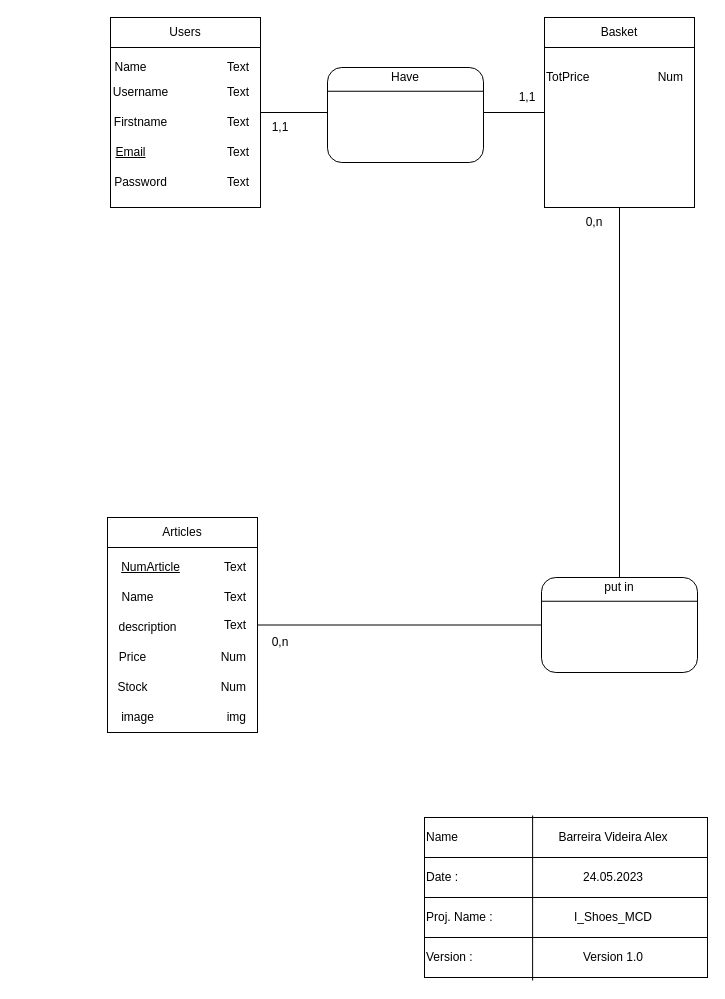
Earlier version of the draw.io diagram doc/MCD.drawio (romain-lnr/I_Shoes_BDD). Source tidied: cells renumbered, new cells numbered last; positions are measured from the earlier drawing's top-left corner, leaving out a move shared by most shapes. Both pictures are drawn from the tidied source at 100%, with x=0, y=0 at pixel (100, 17).
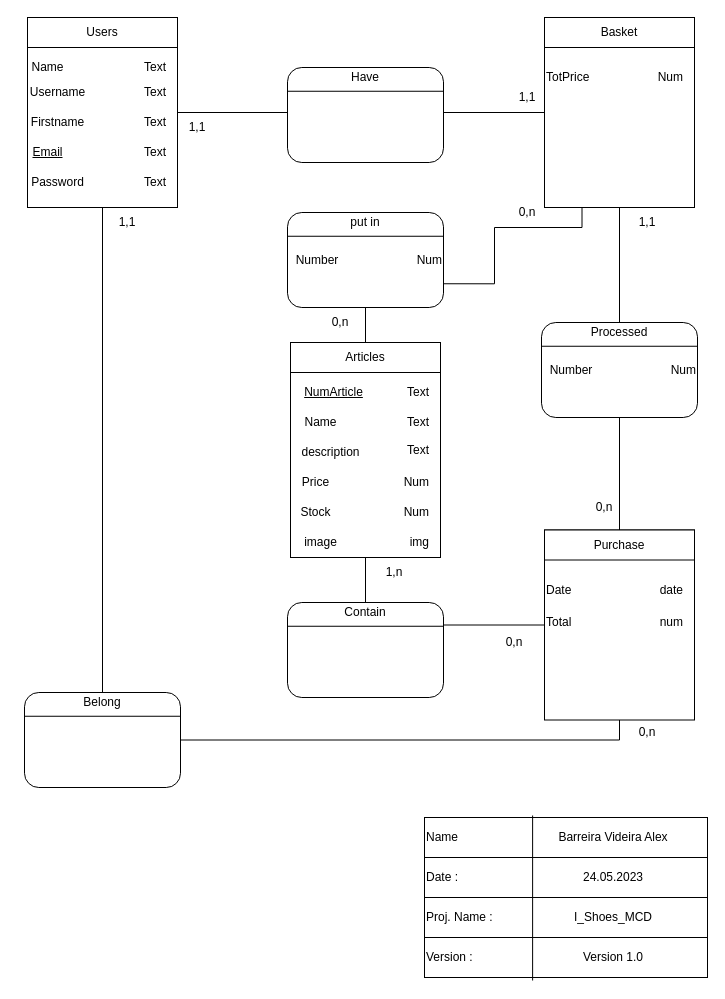
The same page after the edit.

Unchanged cells that the change refers to:
```xml
<mxCell id="29" style="rounded=0;whiteSpace=wrap;html=1;" parent="1" vertex="1">
  <mxGeometry x="444" width="150" height="190" as="geometry" />
</mxCell>
```

Change to the diagram source:
```diff
@@
+    <mxCell id="54" style="edgeStyle=orthogonalEdgeStyle;rounded=0;jettySize=auto;html=1;exitX=0.5;exitY=1;exitDx=0;exitDy=0;entryX=0.5;entryY=1;entryDx=0;entryDy=0;endArrow=none;endFill=0;" parent="1" edge="1" source="3" target="60">
+      <mxGeometry relative="1" as="geometry" />
+    </mxCell>
     <mxCell id="3" style="rounded=0;whiteSpace=wrap;html=1;" parent="1" vertex="1">
-      <mxGeometry x="10" width="150" height="190" as="geometry" />
+      <mxGeometry x="-73" width="150" height="190" as="geometry" />
     </mxCell>
     <mxCell id="4" value="Users" style="rounded=0;whiteSpace=wrap;html=1;" parent="1" vertex="1">
-      <mxGeometry x="10" width="150" height="30" as="geometry" />
+      <mxGeometry x="-73" width="150" height="30" as="geometry" />
     </mxCell>
     <mxCell id="5" value="Name" style="text;html=1;align=center;verticalAlign=middle;strokeColor=none;fillColor=none;" parent="1" vertex="1">
-      <mxGeometry y="35" width="60" height="30" as="geometry" />
+      <mxGeometry x="-83" y="35" width="60" height="30" as="geometry" />
     </mxCell>
     <mxCell id="6" value="Username" style="text;html=1;align=center;verticalAlign=middle;strokeColor=none;fillColor=none;" parent="1" vertex="1">
-      <mxGeometry y="60" width="80" height="30" as="geometry" />
+      <mxGeometry x="-83" y="60" width="80" height="30" as="geometry" />
     </mxCell>
     <mxCell id="7" value="Firstname" style="text;html=1;align=center;verticalAlign=middle;strokeColor=none;fillColor=none;" parent="1" vertex="1">
-      <mxGeometry y="90" width="80" height="30" as="geometry" />
+      <mxGeometry x="-83" y="90" width="80" height="30" as="geometry" />
     </mxCell>
     <mxCell id="8" value="Email" style="text;html=1;align=center;verticalAlign=middle;strokeColor=none;fillColor=none;fontStyle=4;" parent="1" vertex="1">
-      <mxGeometry x="5" y="120" width="50" height="30" as="geometry" />
+      <mxGeometry x="-78" y="120" width="50" height="30" as="geometry" />
     </mxCell>
     <mxCell id="9" value="Password" style="text;html=1;align=center;verticalAlign=middle;strokeColor=none;fillColor=none;" parent="1" vertex="1">
-      <mxGeometry y="150" width="80" height="30" as="geometry" />
+      <mxGeometry x="-83" y="150" width="80" height="30" as="geometry" />
     </mxCell>
     <mxCell id="10" value="Text" style="text;html=1;align=right;verticalAlign=middle;strokeColor=none;fillColor=none;" parent="1" vertex="1">
-      <mxGeometry x="100" y="35" width="50" height="30" as="geometry" />
+      <mxGeometry x="17" y="35" width="50" height="30" as="geometry" />
     </mxCell>
     <mxCell id="11" value="Text" style="text;html=1;align=right;verticalAlign=middle;strokeColor=none;fillColor=none;" parent="1" vertex="1">
-      <mxGeometry x="100" y="60" width="50" height="30" as="geometry" />
+      <mxGeometry x="17" y="60" width="50" height="30" as="geometry" />
     </mxCell>
     <mxCell id="12" value="Text" style="text;html=1;align=right;verticalAlign=middle;strokeColor=none;fillColor=none;" parent="1" vertex="1">
-      <mxGeometry x="100" y="90" width="50" height="30" as="geometry" />
+      <mxGeometry x="17" y="90" width="50" height="30" as="geometry" />
     </mxCell>
     <mxCell id="13" value="Text" style="text;html=1;align=right;verticalAlign=middle;strokeColor=none;fillColor=none;" parent="1" vertex="1">
-      <mxGeometry x="100" y="120" width="50" height="30" as="geometry" />
+      <mxGeometry x="17" y="120" width="50" height="30" as="geometry" />
     </mxCell>
     <mxCell id="14" value="Text" style="text;html=1;align=right;verticalAlign=middle;strokeColor=none;fillColor=none;" parent="1" vertex="1">
-      <mxGeometry x="100" y="150" width="50" height="30" as="geometry" />
+      <mxGeometry x="17" y="150" width="50" height="30" as="geometry" />
     </mxCell>
+    <mxCell id="55" style="edgeStyle=orthogonalEdgeStyle;rounded=0;jettySize=auto;html=1;exitX=0.5;exitY=1;exitDx=0;exitDy=0;entryX=0;entryY=0.5;entryDx=0;entryDy=0;endArrow=none;endFill=0;" parent="1" edge="1" source="15" target="60">
+      <mxGeometry relative="1" as="geometry" />
+    </mxCell>
     <mxCell id="15" style="rounded=0;whiteSpace=wrap;html=1;" parent="1" vertex="1">
-      <mxGeometry x="7" y="500" width="150" height="215" as="geometry" />
+      <mxGeometry x="190" y="325" width="150" height="215" as="geometry" />
     </mxCell>
     <mxCell id="16" value="Articles" style="rounded=0;whiteSpace=wrap;html=1;" parent="1" vertex="1">
-      <mxGeometry x="7" y="500" width="150" height="30" as="geometry" />
+      <mxGeometry x="190" y="325" width="150" height="30" as="geometry" />
     </mxCell>
     <mxCell id="17" value="NumArticle" style="text;html=1;align=center;verticalAlign=middle;strokeColor=none;fillColor=none;fontStyle=4;" parent="1" vertex="1">
-      <mxGeometry x="10" y="535" width="80" height="30" as="geometry" />
+      <mxGeometry x="193" y="360" width="80" height="30" as="geometry" />
     </mxCell>
     <mxCell id="18" value="Name" style="text;html=1;align=center;verticalAlign=middle;strokeColor=none;fillColor=none;fontStyle=0;" parent="1" vertex="1">
-      <mxGeometry x="7" y="565" width="60" height="30" as="geometry" />
+      <mxGeometry x="190" y="390" width="60" height="30" as="geometry" />
     </mxCell>
     <mxCell id="19" value="description" style="text;html=1;align=center;verticalAlign=middle;strokeColor=none;fillColor=none;" parent="1" vertex="1">
-      <mxGeometry x="7" y="595" width="80" height="30" as="geometry" />
+      <mxGeometry x="190" y="420" width="80" height="30" as="geometry" />
     </mxCell>
     <mxCell id="20" value="Price" style="text;html=1;align=center;verticalAlign=middle;strokeColor=none;fillColor=none;" parent="1" vertex="1">
-      <mxGeometry x="7" y="625" width="50" height="30" as="geometry" />
+      <mxGeometry x="190" y="450" width="50" height="30" as="geometry" />
     </mxCell>
     <mxCell id="21" value="Stock" style="text;html=1;align=center;verticalAlign=middle;strokeColor=none;fillColor=none;" parent="1" vertex="1">
-      <mxGeometry x="7" y="655" width="50" height="30" as="geometry" />
+      <mxGeometry x="190" y="480" width="50" height="30" as="geometry" />
     </mxCell>
     <mxCell id="22" value="Text" style="text;html=1;align=right;verticalAlign=middle;strokeColor=none;fillColor=none;" parent="1" vertex="1">
-      <mxGeometry x="97" y="535" width="50" height="30" as="geometry" />
+      <mxGeometry x="280" y="360" width="50" height="30" as="geometry" />
     </mxCell>
     <mxCell id="23" value="Text" style="text;html=1;align=right;verticalAlign=middle;strokeColor=none;fillColor=none;" parent="1" vertex="1">
-      <mxGeometry x="97" y="565" width="50" height="30" as="geometry" />
+      <mxGeometry x="280" y="390" width="50" height="30" as="geometry" />
     </mxCell>
     <mxCell id="24" value="Text" style="text;html=1;align=right;verticalAlign=middle;strokeColor=none;fillColor=none;" parent="1" vertex="1">
-      <mxGeometry x="97" y="592.5" width="50" height="30" as="geometry" />
+      <mxGeometry x="280" y="417.5" width="50" height="30" as="geometry" />
     </mxCell>
     <mxCell id="25" value="Num" style="text;html=1;align=right;verticalAlign=middle;strokeColor=none;fillColor=none;" parent="1" vertex="1">
-      <mxGeometry x="97" y="625" width="50" height="30" as="geometry" />
+      <mxGeometry x="280" y="450" width="50" height="30" as="geometry" />
     </mxCell>
     <mxCell id="26" value="Num" style="text;html=1;align=right;verticalAlign=middle;strokeColor=none;fillColor=none;" parent="1" vertex="1">
-      <mxGeometry x="97" y="655" width="50" height="30" as="geometry" />
+      <mxGeometry x="280" y="480" width="50" height="30" as="geometry" />
     </mxCell>
     <mxCell id="27" value="image" style="text;html=1;align=center;verticalAlign=middle;strokeColor=none;fillColor=none;" parent="1" vertex="1">
-      <mxGeometry x="7" y="685" width="60" height="30" as="geometry" />
+      <mxGeometry x="190" y="510" width="60" height="30" as="geometry" />
     </mxCell>
     <mxCell id="28" value="img" style="text;html=1;align=right;verticalAlign=middle;strokeColor=none;fillColor=none;" parent="1" vertex="1">
-      <mxGeometry x="107" y="685" width="40" height="30" as="geometry" />
+      <mxGeometry x="290" y="510" width="40" height="30" as="geometry" />
     </mxCell>
+    <mxCell id="56" style="edgeStyle=orthogonalEdgeStyle;rounded=0;jettySize=auto;html=1;exitX=0.5;exitY=1;exitDx=0;exitDy=0;entryX=0.5;entryY=0;entryDx=0;entryDy=0;endArrow=none;endFill=0;" parent="1" edge="1" source="29" target="61">
+      <mxGeometry relative="1" as="geometry" />
+    </mxCell>
+    <mxCell id="57" style="edgeStyle=orthogonalEdgeStyle;rounded=0;jettySize=auto;html=1;exitX=0.25;exitY=1;exitDx=0;exitDy=0;entryX=1;entryY=0.75;entryDx=0;entryDy=0;endArrow=none;endFill=0;" parent="1" edge="1" source="29" target="34">
+      <mxGeometry relative="1" as="geometry">
+        <Array as="points">
+          <mxPoint x="482" y="210" />
+          <mxPoint x="394" y="210" />
+          <mxPoint x="394" y="266" />
+        </Array>
+      </mxGeometry>
+    </mxCell>
@@
-    <mxCell id="33" style="edgeStyle=orthogonalEdgeStyle;rounded=0;jettySize=auto;html=1;exitX=0.5;exitY=0;exitDx=0;exitDy=0;entryX=0.5;entryY=1;entryDx=0;entryDy=0;endArrow=none;endFill=0;" parent="1" edge="1" source="34" target="29">
-      <mxGeometry relative="1" as="geometry" />
-    </mxCell>
     <mxCell id="34" style="rounded=1;whiteSpace=wrap;html=1;direction=east;" parent="1" vertex="1">
-      <mxGeometry x="441" y="560" width="156" height="95" as="geometry" />
+      <mxGeometry x="187" y="195" width="156" height="95" as="geometry" />
     </mxCell>
@@
-    <mxCell id="36" style="endArrow=none;html=1;rounded=0;exitX=1;exitY=0.5;exitDx=0;exitDy=0;entryX=0;entryY=0.5;entryDx=0;entryDy=0;" parent="1" edge="1" source="15" target="34">
+    <mxCell id="36" style="endArrow=none;html=1;rounded=0;exitX=0.5;exitY=0;exitDx=0;exitDy=0;entryX=0.5;entryY=1;entryDx=0;entryDy=0;" parent="1" edge="1" source="16" target="34">
       <mxGeometry relative="1" as="geometry" />
     </mxCell>
     <mxCell id="37" value="put in" style="text;html=1;strokeColor=none;fillColor=none;align=center;verticalAlign=middle;whiteSpace=wrap;rounded=0;" parent="1" vertex="1">
-      <mxGeometry x="489" y="555" width="60" height="30" as="geometry" />
+      <mxGeometry x="235" y="190" width="60" height="30" as="geometry" />
     </mxCell>
     <mxCell id="38" style="rounded=1;whiteSpace=wrap;html=1;direction=east;" parent="1" vertex="1">
-      <mxGeometry x="227" y="50" width="156" height="95" as="geometry" />
+      <mxGeometry x="187" y="50" width="156" height="95" as="geometry" />
     </mxCell>
@@
     <mxCell id="40" value="Have" style="text;html=1;strokeColor=none;fillColor=none;align=center;verticalAlign=middle;whiteSpace=wrap;rounded=0;" parent="1" vertex="1">
-      <mxGeometry x="275" y="45" width="60" height="30" as="geometry" />
+      <mxGeometry x="235" y="45" width="60" height="30" as="geometry" />
     </mxCell>
@@
     <mxCell id="42" value="1,1" style="text;html=1;strokeColor=none;fillColor=none;align=center;verticalAlign=middle;whiteSpace=wrap;rounded=0;" parent="1" vertex="1">
-      <mxGeometry x="150" y="95" width="60" height="30" as="geometry" />
+      <mxGeometry x="67" y="95" width="60" height="30" as="geometry" />
     </mxCell>
     <mxCell id="43" value="0,n" style="text;html=1;strokeColor=none;fillColor=none;align=center;verticalAlign=middle;whiteSpace=wrap;rounded=0;" parent="1" vertex="1">
-      <mxGeometry x="464" y="190" width="60" height="30" as="geometry" />
+      <mxGeometry x="397" y="180" width="60" height="30" as="geometry" />
     </mxCell>
     <mxCell id="44" value="0,n" style="text;html=1;strokeColor=none;fillColor=none;align=center;verticalAlign=middle;whiteSpace=wrap;rounded=0;" parent="1" vertex="1">
-      <mxGeometry x="150" y="610" width="60" height="30" as="geometry" />
+      <mxGeometry x="210" y="290" width="60" height="30" as="geometry" />
     </mxCell>
@@
+    <mxCell id="58" value="Number" style="text;html=1;strokeColor=none;fillColor=none;align=center;verticalAlign=middle;whiteSpace=wrap;rounded=0;" parent="1" vertex="1">
+      <mxGeometry x="187" y="227.5" width="60" height="30" as="geometry" />
+    </mxCell>
+    <mxCell id="59" value="Num" style="text;html=1;align=right;verticalAlign=middle;strokeColor=none;fillColor=none;" parent="1" vertex="1">
+      <mxGeometry x="293" y="227.5" width="50" height="30" as="geometry" />
+    </mxCell>
+    <mxCell id="60" style="rounded=0;whiteSpace=wrap;html=1;" parent="1" vertex="1">
+      <mxGeometry x="444" y="512.5" width="150" height="190" as="geometry" />
+    </mxCell>
+    <mxCell id="61" value="Purchase" style="rounded=0;whiteSpace=wrap;html=1;" parent="1" vertex="1">
+      <mxGeometry x="444" y="512.5" width="150" height="30" as="geometry" />
+    </mxCell>
+    <mxCell id="62" value="date" style="text;html=1;align=right;verticalAlign=middle;strokeColor=none;fillColor=none;" parent="1" vertex="1">
+      <mxGeometry x="534" y="557.5" width="50" height="30" as="geometry" />
+    </mxCell>
+    <mxCell id="63" value="Date" style="text;html=1;align=left;verticalAlign=middle;strokeColor=none;fillColor=none;" parent="1" vertex="1">
+      <mxGeometry x="444" y="557.5" width="50" height="30" as="geometry" />
+    </mxCell>
+    <mxCell id="64" value="Total" style="text;html=1;align=left;verticalAlign=middle;strokeColor=none;fillColor=none;" parent="1" vertex="1">
+      <mxGeometry x="444" y="590" width="50" height="30" as="geometry" />
+    </mxCell>
+    <mxCell id="65" value="num" style="text;html=1;align=right;verticalAlign=middle;strokeColor=none;fillColor=none;" parent="1" vertex="1">
+      <mxGeometry x="534" y="590" width="50" height="30" as="geometry" />
+    </mxCell>
+    <mxCell id="66" style="rounded=1;whiteSpace=wrap;html=1;direction=east;" parent="1" vertex="1">
+      <mxGeometry x="441" y="305" width="156" height="95" as="geometry" />
+    </mxCell>
+    <mxCell id="67" style="endArrow=none;html=1;rounded=0;exitX=0;exitY=0.25;exitDx=0;exitDy=0;entryX=1;entryY=0.25;entryDx=0;entryDy=0;" parent="1" edge="1" source="66" target="66">
+      <mxGeometry relative="1" as="geometry" />
+    </mxCell>
+    <mxCell id="68" value="Processed" style="text;html=1;strokeColor=none;fillColor=none;align=center;verticalAlign=middle;whiteSpace=wrap;rounded=0;" parent="1" vertex="1">
+      <mxGeometry x="489" y="300" width="60" height="30" as="geometry" />
+    </mxCell>
+    <mxCell id="69" value="Number" style="text;html=1;strokeColor=none;fillColor=none;align=center;verticalAlign=middle;whiteSpace=wrap;rounded=0;" parent="1" vertex="1">
+      <mxGeometry x="441" y="337.5" width="60" height="30" as="geometry" />
+    </mxCell>
+    <mxCell id="70" value="Num" style="text;html=1;align=right;verticalAlign=middle;strokeColor=none;fillColor=none;" parent="1" vertex="1">
+      <mxGeometry x="547" y="337.5" width="50" height="30" as="geometry" />
+    </mxCell>
+    <mxCell id="71" value="1,1" style="text;html=1;strokeColor=none;fillColor=none;align=center;verticalAlign=middle;whiteSpace=wrap;rounded=0;" parent="1" vertex="1">
+      <mxGeometry x="517" y="190" width="60" height="30" as="geometry" />
+    </mxCell>
+    <mxCell id="72" value="0,n" style="text;html=1;strokeColor=none;fillColor=none;align=center;verticalAlign=middle;whiteSpace=wrap;rounded=0;" parent="1" vertex="1">
+      <mxGeometry x="474" y="475" width="60" height="30" as="geometry" />
+    </mxCell>
+    <mxCell id="73" style="rounded=1;whiteSpace=wrap;html=1;direction=east;" parent="1" vertex="1">
+      <mxGeometry x="187" y="585" width="156" height="95" as="geometry" />
+    </mxCell>
+    <mxCell id="74" style="endArrow=none;html=1;rounded=0;exitX=0;exitY=0.25;exitDx=0;exitDy=0;entryX=1;entryY=0.25;entryDx=0;entryDy=0;" parent="1" edge="1" source="73" target="73">
+      <mxGeometry relative="1" as="geometry" />
+    </mxCell>
+    <mxCell id="75" value="Contain" style="text;html=1;strokeColor=none;fillColor=none;align=center;verticalAlign=middle;whiteSpace=wrap;rounded=0;" parent="1" vertex="1">
+      <mxGeometry x="235" y="580" width="60" height="30" as="geometry" />
+    </mxCell>
+    <mxCell id="76" style="rounded=1;whiteSpace=wrap;html=1;direction=east;" parent="1" vertex="1">
+      <mxGeometry x="-76" y="675" width="156" height="95" as="geometry" />
+    </mxCell>
+    <mxCell id="77" style="endArrow=none;html=1;rounded=0;exitX=0;exitY=0.25;exitDx=0;exitDy=0;entryX=1;entryY=0.25;entryDx=0;entryDy=0;" parent="1" edge="1" source="76" target="76">
+      <mxGeometry relative="1" as="geometry" />
+    </mxCell>
+    <mxCell id="78" value="Belong" style="text;html=1;strokeColor=none;fillColor=none;align=center;verticalAlign=middle;whiteSpace=wrap;rounded=0;" parent="1" vertex="1">
+      <mxGeometry x="-28" y="670" width="60" height="30" as="geometry" />
+    </mxCell>
+    <mxCell id="79" value="1,n" style="text;html=1;strokeColor=none;fillColor=none;align=center;verticalAlign=middle;whiteSpace=wrap;rounded=0;" parent="1" vertex="1">
+      <mxGeometry x="264" y="540" width="60" height="30" as="geometry" />
+    </mxCell>
+    <mxCell id="80" value="0,n" style="text;html=1;strokeColor=none;fillColor=none;align=center;verticalAlign=middle;whiteSpace=wrap;rounded=0;" parent="1" vertex="1">
+      <mxGeometry x="384" y="610" width="60" height="30" as="geometry" />
+    </mxCell>
+    <mxCell id="81" value="1,1" style="text;html=1;strokeColor=none;fillColor=none;align=center;verticalAlign=middle;whiteSpace=wrap;rounded=0;" parent="1" vertex="1">
+      <mxGeometry x="-3" y="190" width="60" height="30" as="geometry" />
+    </mxCell>
+    <mxCell id="82" value="0,n" style="text;html=1;strokeColor=none;fillColor=none;align=center;verticalAlign=middle;whiteSpace=wrap;rounded=0;" parent="1" vertex="1">
+      <mxGeometry x="517" y="700" width="60" height="30" as="geometry" />
+    </mxCell>
```
